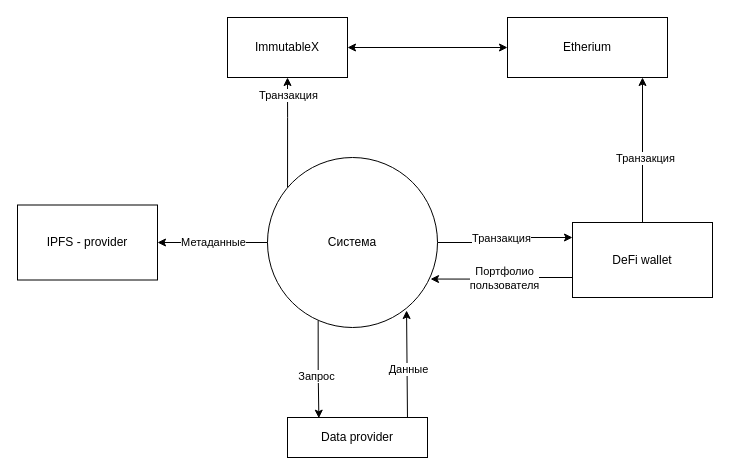
Above: CE/Контекстная.drawio in careock/diagrams (draw.io), before the change. Source tidied: cells renumbered, new cells numbered last; positions are measured from the earlier drawing's top-left corner, leaving out a move shared by most shapes. Both pictures are drawn from the tidied source at 100%, with x=0, y=0 at pixel (17, 17).
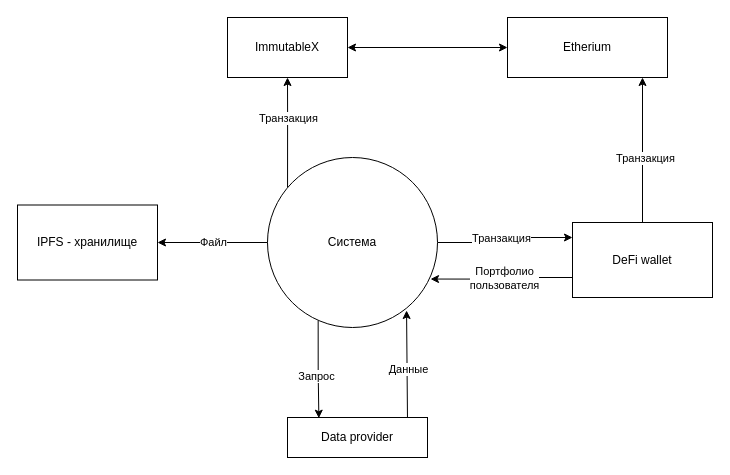
The same page after the edit.

The change refers to these unchanged cells:
```xml
<mxCell id="6" style="edgeStyle=orthogonalEdgeStyle;rounded=0;jettySize=auto;html=1;entryX=0.5;entryY=1;entryDx=0;entryDy=0;startArrow=none;startFill=0;endArrow=classic;endFill=1;exitX=0.118;exitY=0.176;exitDx=0;exitDy=0;exitPerimeter=0;" parent="1" edge="1" source="8" target="11">
  <mxGeometry relative="1" as="geometry" />
</mxCell>
<mxCell id="20" style="edgeStyle=orthogonalEdgeStyle;rounded=0;jettySize=auto;html=1;startArrow=classic;startFill=1;endArrow=none;endFill=0;entryX=0;entryY=0.5;entryDx=0;entryDy=0;" parent="1" edge="1" source="22" target="8">
  <mxGeometry relative="1" as="geometry" />
</mxCell>
```

Diff of the diagram source:
```diff
@@
     <mxCell id="7" value="Транзакция" style="edgeLabel;html=1;align=center;verticalAlign=middle;" parent="6" vertex="1">
       <mxGeometry x="0.35" y="-2" relative="1" as="geometry">
-        <mxPoint x="-2" y="-19" as="offset" />
+        <mxPoint x="-2" y="4" as="offset" />
       </mxGeometry>
     </mxCell>
@@
-    <mxCell id="21" value="Метаданные" style="edgeLabel;html=1;align=center;verticalAlign=middle;" parent="20" vertex="1">
+    <mxCell id="21" value="Файл" style="edgeLabel;html=1;align=center;verticalAlign=middle;" parent="20" vertex="1">
       <mxGeometry x="-0.3" y="1" relative="1" as="geometry">
         <mxPoint x="16" as="offset" />
       </mxGeometry>
     </mxCell>
-    <mxCell id="22" value="IPFS - provider" style="rounded=0;whiteSpace=wrap;html=1;" parent="1" vertex="1">
+    <mxCell id="22" value="IPFS - хранилище" style="rounded=0;whiteSpace=wrap;html=1;" parent="1" vertex="1">
       <mxGeometry y="187.5" width="140" height="75" as="geometry" />
     </mxCell>
```
